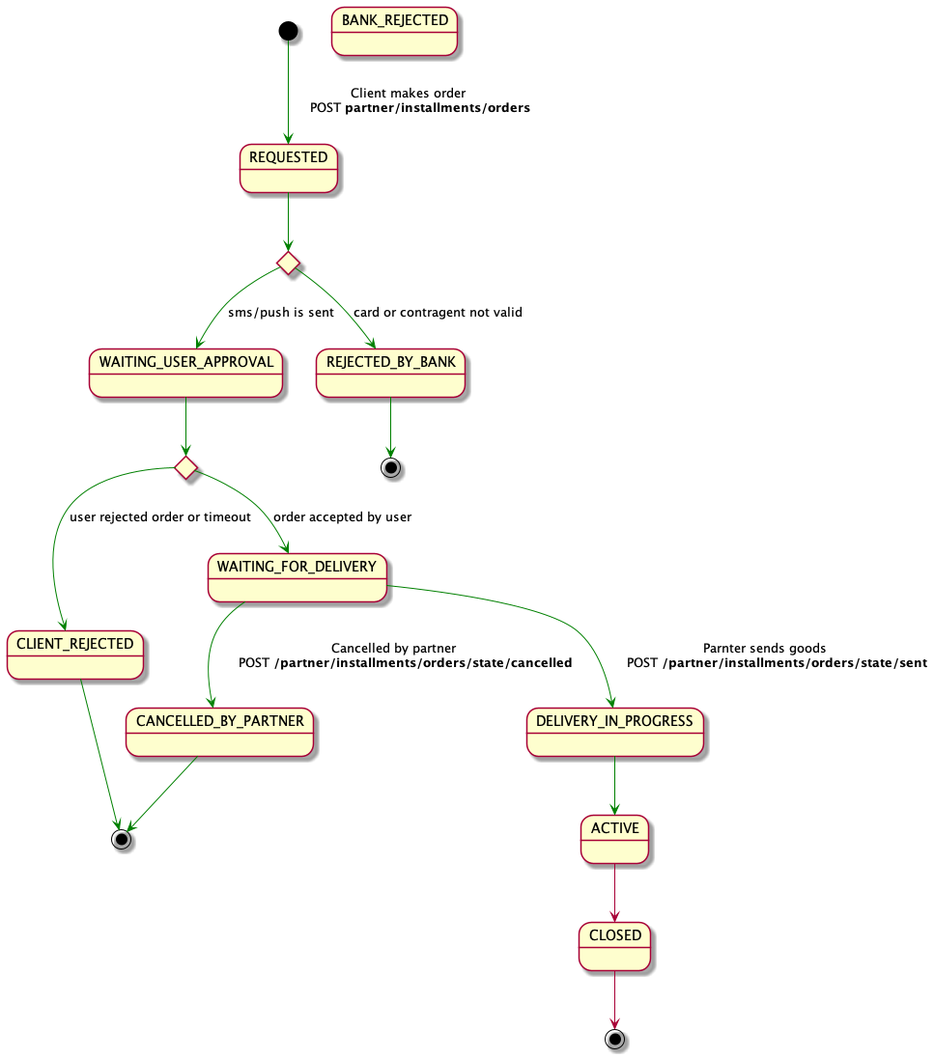
Earlier version of the PlantUML export assets/images/installment-states-together.png (obudigital/pos-installment-partners-api).
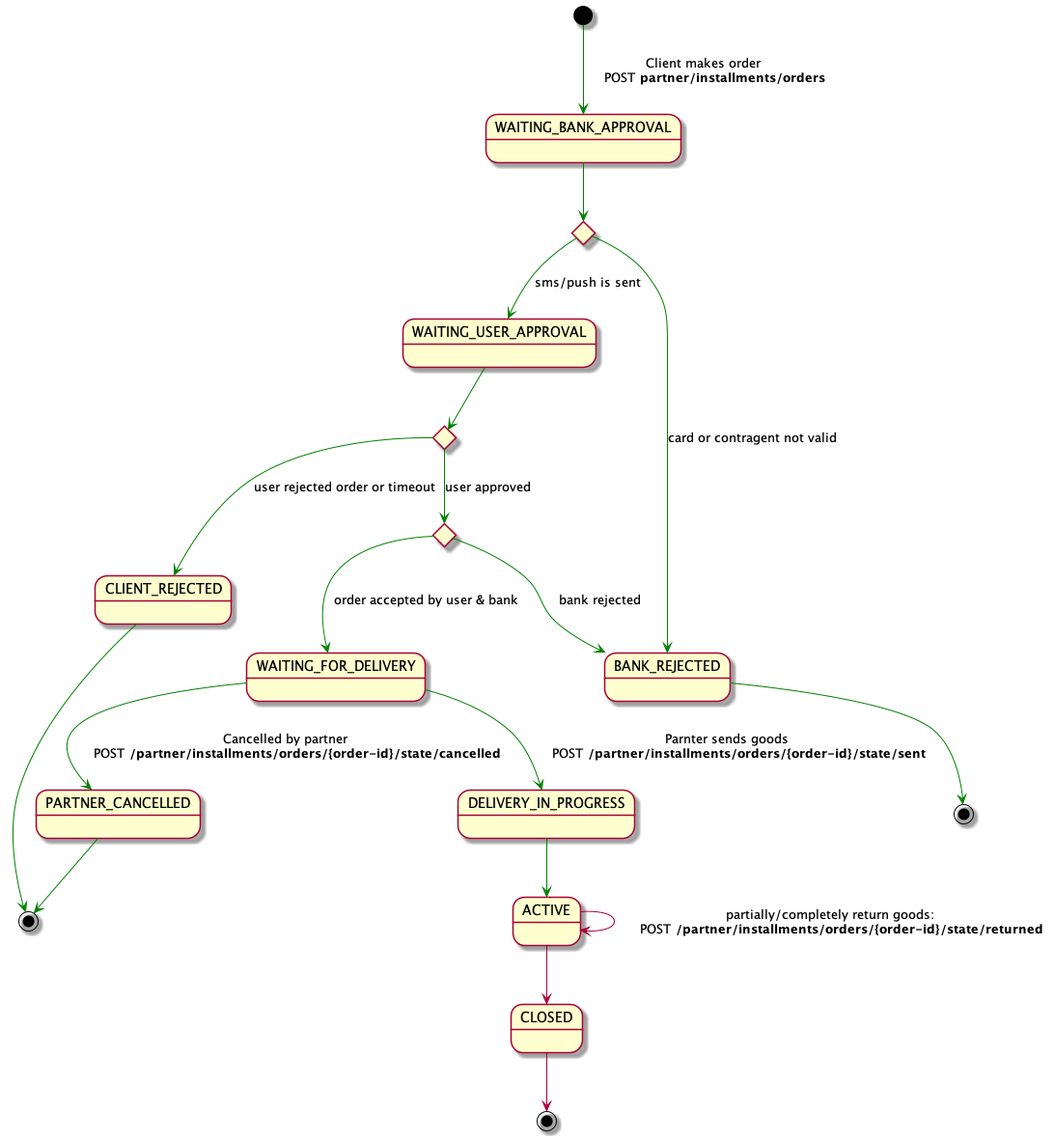
Later version of the same file.

What changed in the source:
```diff
@@ -1,34 +1,39 @@
-@startuml installment-states-together
-state REQUESTED
-state BANK_REJECTED
+@startuml installment-states-togetherstate BANK_REJECTED
+state WAITING_BANK_APPROVAL
 state WAITING_USER_APPROVAL
 state CLIENT_REJECTED
 state BANK_REJECTED
 state WAITING_FOR_DELIVERY
-state CANCELLED_BY_PARTNER
+state PARTNER_CANCELLED
 state DELIVERY_IN_PROGRESS
 state ACTIVE
 state CLOSED
 
 state cardvalidation <<choice>>
 state userapproval <<choice>>
+state bankapproval <<choice>>
 state end <<end>>
 state end2 <<end>>
 
 
-[*] -[#green]-> REQUESTED: Client makes order \n 👉 POST **partner/installments/orders**
-REQUESTED -[#green]-> cardvalidation
+[*] -[#green]-> WAITING_BANK_APPROVAL: Client makes order \n 👉 POST **partner/installments/orders**
+WAITING_BANK_APPROVAL -[#green]-> cardvalidation
 cardvalidation -[#green]-> WAITING_USER_APPROVAL: sms/push is sent
-cardvalidation -[#green]-> REJECTED_BY_BANK: card or contragent not valid
+cardvalidation -[#green]-> BANK_REJECTED: card or contragent not valid
 WAITING_USER_APPROVAL -[#green]-> userapproval
+userapproval -[#green]-> bankapproval : user approved
+
+bankapproval -[#green]-> BANK_REJECTED : bank rejected
+bankapproval -[#green]-> WAITING_FOR_DELIVERY: order accepted by user & bank
 userapproval -[#green]-> CLIENT_REJECTED: user rejected order or timeout
-REJECTED_BY_BANK -[#green]-> end2
+BANK_REJECTED -[#green]-> end2
 CLIENT_REJECTED -[#green]-> end
-userapproval -[#green]-> WAITING_FOR_DELIVERY: order accepted by user
-WAITING_FOR_DELIVERY -[#green]-> DELIVERY_IN_PROGRESS: Parnter sends goods \n 👉 POST **/partner/installments/orders/state/sent**
-WAITING_FOR_DELIVERY -[#green]-> CANCELLED_BY_PARTNER: Cancelled by partner \n 👉 POST **/partner/installments/orders/state/cancelled**
-CANCELLED_BY_PARTNER -[#green]-> end
+WAITING_FOR_DELIVERY -[#green]-> DELIVERY_IN_PROGRESS: Parnter sends goods \n 👉 POST **/partner/installments/orders/{order-id}/state/sent**
+WAITING_FOR_DELIVERY -[#green]-> PARTNER_CANCELLED: Cancelled by partner \n 👉 POST **/partner/installments/orders/{order-id}/state/cancelled**
+PARTNER_CANCELLED -[#green]-> end
+
 DELIVERY_IN_PROGRESS -[#green]-> ACTIVE
 ACTIVE --> CLOSED
+ACTIVE --> ACTIVE: partially/completely return goods: \n 👉 POST **/partner/installments/orders/{order-id}/state/returned**
 CLOSED --> [*]
 @enduml
```
